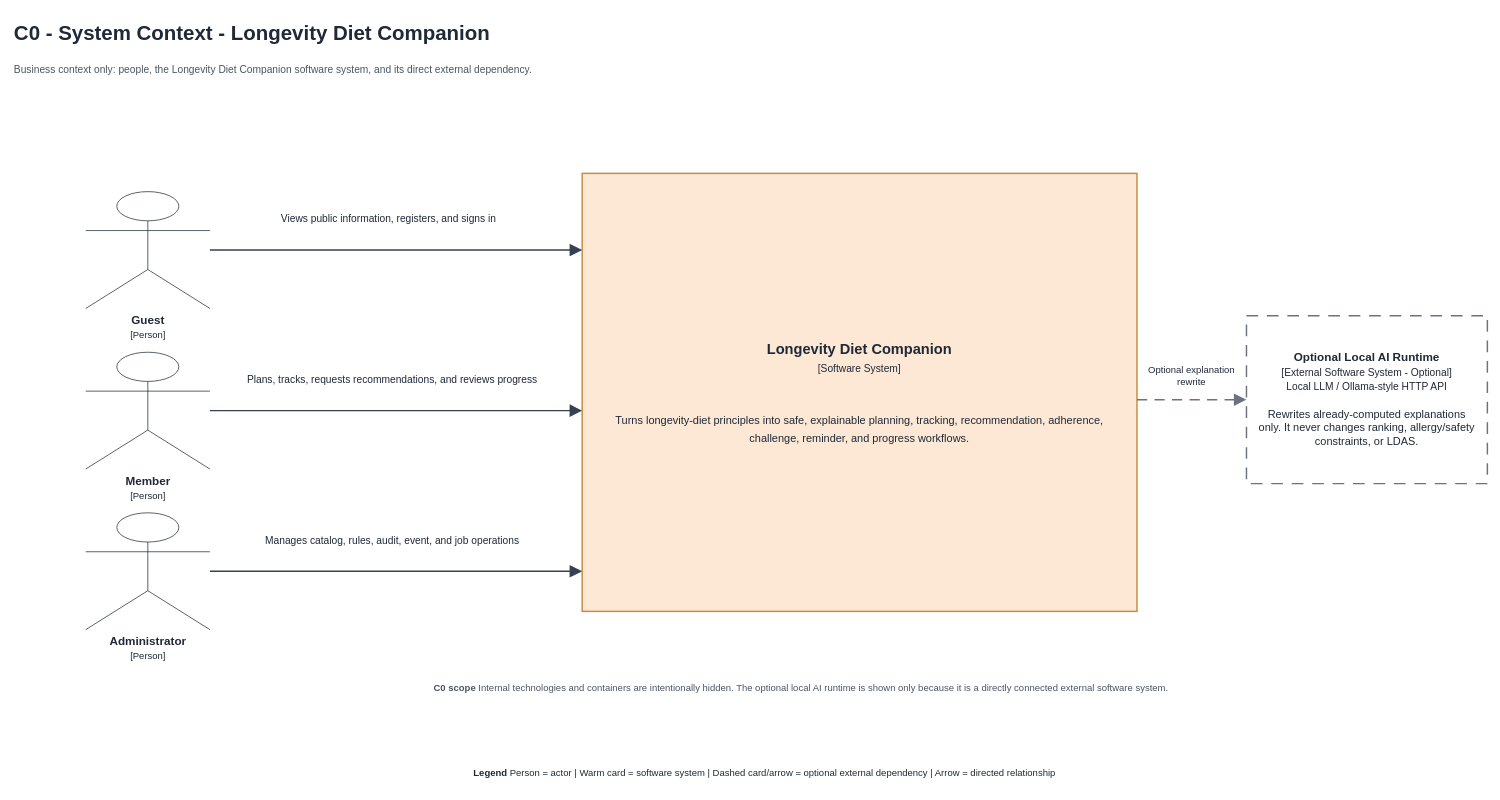
YAHsaveme/FPTUSE_LongevityDiet keeps this draw.io diagram as docs/assignment/diagrams/01-c0-system-context.drawio. Above is the earlier version. Source tidied: cells renumbered, new cells numbered last; positions are measured from the earlier drawing's top-left corner, leaving out a move shared by most shapes. Both pictures are drawn from the tidied source at 73%, with x=0, y=0 at pixel (12, 12).
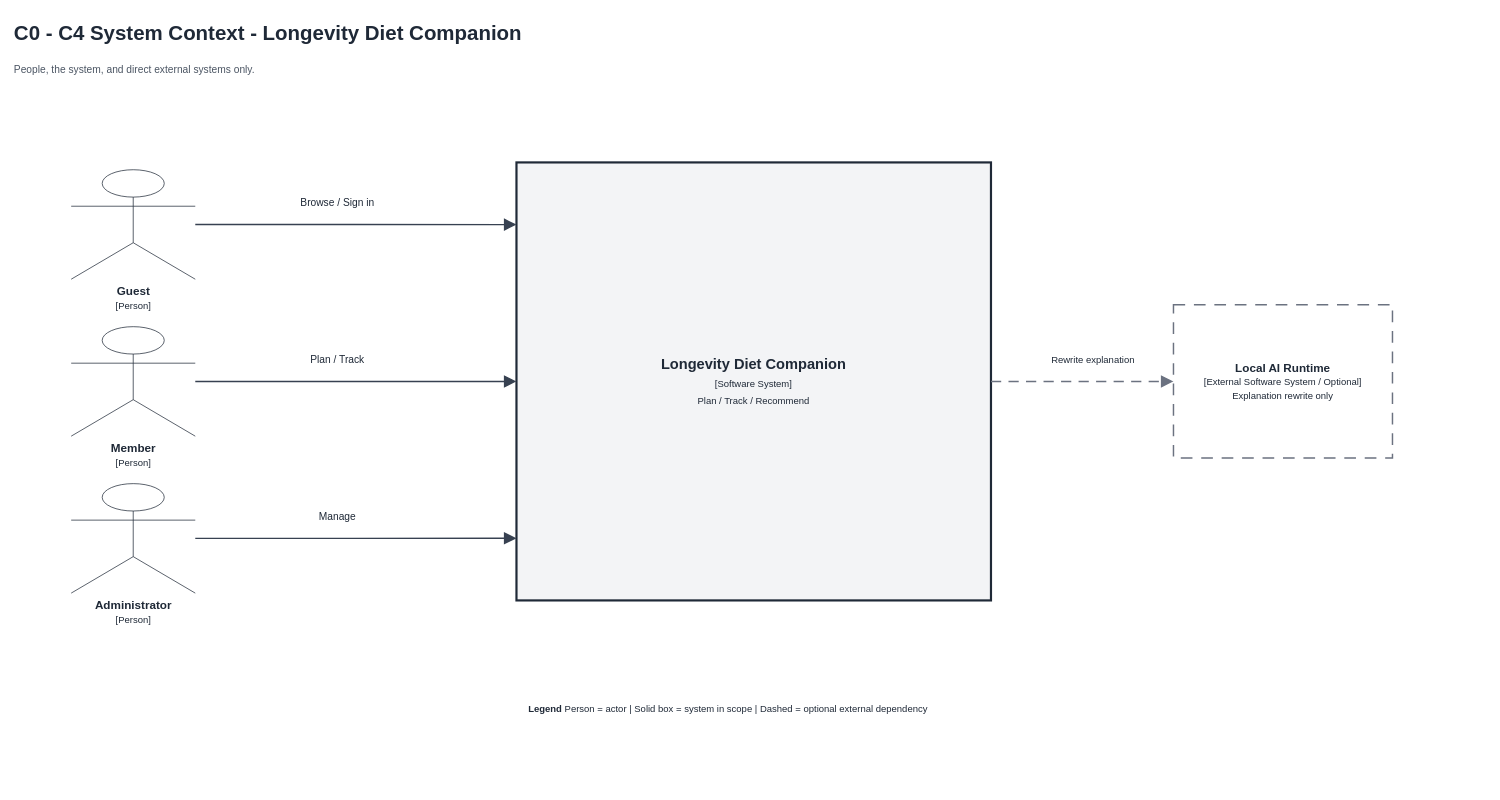
The same page after the edit.

Change to the diagram source:
```diff
@@
 <mxGraphModel>
   <root>
     <mxCell id="0" />
     <mxCell id="1" parent="0" />
-    <mxCell id="2" value="C0 - System Context - Longevity Diet Companion" style="text;html=1;strokeColor=none;fillColor=none;align=left;verticalAlign=middle;whiteSpace=wrap;rounded=0;fontFamily=Arial;fontColor=#1F2937;fontSize=28;align=left;fontColor=#1F2937;fontStyle=1;" parent="1" vertex="1">
-      <mxGeometry width="2020" height="55" as="geometry" />
+    <mxCell id="2" value="C0 - C4 System Context - Longevity Diet Companion" style="text;html=1;strokeColor=none;fillColor=none;align=left;verticalAlign=middle;whiteSpace=wrap;rounded=0;fontFamily=Arial;fontColor=#1F2937;fontSize=28;align=left;fontColor=#1F2937;fontStyle=1;" parent="1" vertex="1">
+      <mxGeometry width="1900" height="55" as="geometry" />
     </mxCell>
-    <mxCell id="3" value="Business context only: people, the Longevity Diet Companion software system, and its direct external dependency." style="text;html=1;strokeColor=none;fillColor=none;align=left;verticalAlign=middle;whiteSpace=wrap;rounded=0;fontFamily=Arial;fontColor=#1F2937;fontSize=14;align=left;fontColor=#4B5563;" parent="1" vertex="1">
-      <mxGeometry y="58" width="2020" height="40" as="geometry" />
+    <mxCell id="3" value="People, the system, and direct external systems only." style="text;html=1;strokeColor=none;fillColor=none;align=left;verticalAlign=middle;whiteSpace=wrap;rounded=0;fontFamily=Arial;fontColor=#1F2937;fontSize=14;align=left;fontColor=#4B5563;" parent="1" vertex="1">
+      <mxGeometry y="58" width="1900" height="40" as="geometry" />
     </mxCell>
     <mxCell id="4" value="&lt;b&gt;Guest&lt;/b&gt;&lt;br&gt;&lt;font style='font-size:13px'&gt;[Person]&lt;/font&gt;" style="shape=umlActor;verticalLabelPosition=bottom;verticalAlign=top;html=1;strokeColor=#1F2937;fillColor=#FFFFFF;fontFamily=Arial;fontColor=#1F2937;fontSize=16;" parent="1" vertex="1">
-      <mxGeometry x="100" y="245" width="170" height="160" as="geometry" />
+      <mxGeometry x="80" y="215" width="170" height="150" as="geometry" />
     </mxCell>
     <mxCell id="5" value="&lt;b&gt;Member&lt;/b&gt;&lt;br&gt;&lt;font style='font-size:13px'&gt;[Person]&lt;/font&gt;" style="shape=umlActor;verticalLabelPosition=bottom;verticalAlign=top;html=1;strokeColor=#1F2937;fillColor=#FFFFFF;fontFamily=Arial;fontColor=#1F2937;fontSize=16;" parent="1" vertex="1">
-      <mxGeometry x="100" y="465" width="170" height="160" as="geometry" />
+      <mxGeometry x="80" y="430" width="170" height="150" as="geometry" />
     </mxCell>
     <mxCell id="6" value="&lt;b&gt;Administrator&lt;/b&gt;&lt;br&gt;&lt;font style='font-size:13px'&gt;[Person]&lt;/font&gt;" style="shape=umlActor;verticalLabelPosition=bottom;verticalAlign=top;html=1;strokeColor=#1F2937;fillColor=#FFFFFF;fontFamily=Arial;fontColor=#1F2937;fontSize=16;" parent="1" vertex="1">
-      <mxGeometry x="100" y="685" width="170" height="160" as="geometry" />
+      <mxGeometry x="80" y="645" width="170" height="150" as="geometry" />
     </mxCell>
-    <mxCell id="7" value="&lt;b&gt;Longevity Diet Companion&lt;/b&gt;&lt;br&gt;&lt;font style='font-size:14px'&gt;[Software System]&lt;/font&gt;&lt;br&gt;&lt;font style='font-size:14px'&gt;&lt;/font&gt;&lt;br&gt;&lt;br&gt;&lt;font style='font-size:15px'&gt;Turns longevity-diet principles into safe, explainable planning, tracking, recommendation, adherence, challenge, reminder, and progress workflows.&lt;/font&gt;" style="rounded=0;whiteSpace=wrap;html=1;fillColor=#FFFFFF;strokeColor=#374151;strokeWidth=2;fontFamily=Arial;fontColor=#1F2937;align=center;verticalAlign=middle;fillColor=#FCE8D5;strokeColor=#C58B42;strokeWidth=2;fontSize=20;spacing=24;" parent="1" vertex="1">
-      <mxGeometry x="780" y="220" width="760" height="600" as="geometry" />
+    <mxCell id="7" value="&lt;b&gt;Longevity Diet Companion&lt;/b&gt;&lt;br&gt;&lt;font style='font-size:13px'&gt;[Software System]&lt;/font&gt;&lt;br&gt;&lt;font style='font-size:13px'&gt;Plan / Track / Recommend&lt;/font&gt;" style="rounded=0;whiteSpace=wrap;html=1;fillColor=#FFFFFF;strokeColor=#374151;strokeWidth=2;fontFamily=Arial;fontColor=#1F2937;align=center;verticalAlign=middle;fillColor=#F3F4F6;strokeColor=#1F2937;strokeWidth=3;fontSize=20;spacing=20;" parent="1" vertex="1">
+      <mxGeometry x="690" y="205" width="650" height="600" as="geometry" />
     </mxCell>
-    <mxCell id="8" value="&lt;b&gt;Optional Local AI Runtime&lt;/b&gt;&lt;br&gt;&lt;font style='font-size:14px'&gt;[External Software System - Optional]&lt;/font&gt;&lt;br&gt;&lt;font style='font-size:14px'&gt;Local LLM / Ollama-style HTTP API&lt;/font&gt;&lt;br&gt;&lt;br&gt;&lt;font style='font-size:15px'&gt;Rewrites already-computed explanations only. It never changes ranking, allergy/safety constraints, or LDAS.&lt;/font&gt;" style="rounded=0;whiteSpace=wrap;html=1;fillColor=#FFFFFF;strokeColor=#374151;strokeWidth=2;fontFamily=Arial;fontColor=#1F2937;align=center;verticalAlign=middle;dashed=1;dashPattern=8 6;strokeColor=#6B7280;fontSize=16;spacing=14;" parent="1" vertex="1">
-      <mxGeometry x="1690" y="415" width="330" height="230" as="geometry" />
+    <mxCell id="8" value="&lt;b&gt;Local AI Runtime&lt;/b&gt;&lt;br&gt;&lt;font style='font-size:13px'&gt;[External Software System / Optional]&lt;/font&gt;&lt;br&gt;&lt;font style='font-size:13px'&gt;Explanation rewrite only&lt;/font&gt;" style="rounded=0;whiteSpace=wrap;html=1;fillColor=#FFFFFF;strokeColor=#374151;strokeWidth=2;fontFamily=Arial;fontColor=#1F2937;align=center;verticalAlign=middle;dashed=1;dashPattern=8 6;strokeColor=#6B7280;fontSize=16;spacing=14;" parent="1" vertex="1">
+      <mxGeometry x="1590" y="400" width="300" height="210" as="geometry" />
     </mxCell>
-    <mxCell id="9" style="edgeStyle=orthogonalEdgeStyle;rounded=0;curved=0;jettySize=auto;html=1;endArrow=block;endFill=1;endSize=12;strokeColor=#374151;strokeWidth=2;exitX=1;exitY=0.5;exitDx=0;exitDy=0;entryX=0;entryY=0.175;entryDx=0;entryDy=0;" parent="1" edge="1" source="4" target="7">
+    <mxCell id="9" style="edgeStyle=orthogonalEdgeStyle;rounded=0;curved=0;jettySize=auto;html=1;endArrow=block;endFill=1;endSize=12;strokeColor=#374151;strokeWidth=2;exitX=1;exitY=0.5;exitDx=0;exitDy=0;entryX=0;entryY=0.142;entryDx=0;entryDy=0;" parent="1" edge="1" source="4" target="7">
       <mxGeometry relative="1" as="geometry" />
     </mxCell>
-    <mxCell id="10" style="edgeStyle=orthogonalEdgeStyle;rounded=0;curved=0;jettySize=auto;html=1;endArrow=block;endFill=1;endSize=12;strokeColor=#374151;strokeWidth=2;exitX=1;exitY=0.5;exitDx=0;exitDy=0;entryX=0;entryY=0.5416667;entryDx=0;entryDy=0;" parent="1" edge="1" source="5" target="7">
+    <mxCell id="10" style="edgeStyle=orthogonalEdgeStyle;rounded=0;curved=0;jettySize=auto;html=1;endArrow=block;endFill=1;endSize=12;strokeColor=#374151;strokeWidth=2;exitX=1;exitY=0.5;exitDx=0;exitDy=0;entryX=0;entryY=0.5;entryDx=0;entryDy=0;" parent="1" edge="1" source="5" target="7">
       <mxGeometry relative="1" as="geometry" />
     </mxCell>
-    <mxCell id="11" style="edgeStyle=orthogonalEdgeStyle;rounded=0;curved=0;jettySize=auto;html=1;endArrow=block;endFill=1;endSize=12;strokeColor=#374151;strokeWidth=2;exitX=1;exitY=0.5;exitDx=0;exitDy=0;entryX=0;entryY=0.9083333;entryDx=0;entryDy=0;" parent="1" edge="1" source="6" target="7">
+    <mxCell id="11" style="edgeStyle=orthogonalEdgeStyle;rounded=0;curved=0;jettySize=auto;html=1;endArrow=block;endFill=1;endSize=12;strokeColor=#374151;strokeWidth=2;exitX=1;exitY=0.5;exitDx=0;exitDy=0;entryX=0;entryY=0.858;entryDx=0;entryDy=0;" parent="1" edge="1" source="6" target="7">
       <mxGeometry relative="1" as="geometry" />
     </mxCell>
-    <mxCell id="12" style="edgeStyle=orthogonalEdgeStyle;rounded=0;curved=0;jettySize=auto;html=1;endArrow=block;endFill=1;endSize=12;strokeColor=#374151;strokeWidth=2;dashed=1;dashPattern=7 5;strokeColor=#6B7280;exitX=1;exitY=0.5166667;exitDx=0;exitDy=0;entryX=0;entryY=0.5;entryDx=0;entryDy=0;" parent="1" edge="1" source="7" target="8">
+    <mxCell id="12" style="edgeStyle=orthogonalEdgeStyle;rounded=0;curved=0;jettySize=auto;html=1;endArrow=block;endFill=1;endSize=12;strokeColor=#374151;strokeWidth=2;dashed=1;dashPattern=7 5;strokeColor=#6B7280;exitX=1;exitY=0.5;exitDx=0;exitDy=0;entryX=0;entryY=0.5;entryDx=0;entryDy=0;" parent="1" edge="1" source="7" target="8">
       <mxGeometry relative="1" as="geometry" />
     </mxCell>
-    <mxCell id="13" value="Views public information, registers, and signs in" style="text;html=1;strokeColor=none;fillColor=none;align=left;verticalAlign=middle;whiteSpace=wrap;rounded=0;fontFamily=Arial;fontColor=#1F2937;fontSize=14;align=center;fontColor=#1F2937;" parent="1" vertex="1">
-      <mxGeometry x="320" y="265" width="390" height="34" as="geometry" />
+    <mxCell id="13" value="Browse / Sign in" style="text;html=1;strokeColor=none;fillColor=none;align=left;verticalAlign=middle;whiteSpace=wrap;rounded=0;fontFamily=Arial;fontColor=#1F2937;fontSize=14;align=center;fontColor=#1F2937;" parent="1" vertex="1">
+      <mxGeometry x="320" y="245" width="250" height="30" as="geometry" />
     </mxCell>
-    <mxCell id="14" value="Plans, tracks, requests recommendations, and reviews progress" style="text;html=1;strokeColor=none;fillColor=none;align=left;verticalAlign=middle;whiteSpace=wrap;rounded=0;fontFamily=Arial;fontColor=#1F2937;fontSize=14;align=center;fontColor=#1F2937;" parent="1" vertex="1">
-      <mxGeometry x="315" y="485" width="410" height="36" as="geometry" />
+    <mxCell id="14" value="Plan / Track" style="text;html=1;strokeColor=none;fillColor=none;align=left;verticalAlign=middle;whiteSpace=wrap;rounded=0;fontFamily=Arial;fontColor=#1F2937;fontSize=14;align=center;fontColor=#1F2937;" parent="1" vertex="1">
+      <mxGeometry x="320" y="460" width="250" height="30" as="geometry" />
     </mxCell>
-    <mxCell id="15" value="Manages catalog, rules, audit, event, and job operations" style="text;html=1;strokeColor=none;fillColor=none;align=left;verticalAlign=middle;whiteSpace=wrap;rounded=0;fontFamily=Arial;fontColor=#1F2937;fontSize=14;align=center;fontColor=#1F2937;" parent="1" vertex="1">
-      <mxGeometry x="320" y="705" width="400" height="36" as="geometry" />
+    <mxCell id="15" value="Manage" style="text;html=1;strokeColor=none;fillColor=none;align=left;verticalAlign=middle;whiteSpace=wrap;rounded=0;fontFamily=Arial;fontColor=#1F2937;fontSize=14;align=center;fontColor=#1F2937;" parent="1" vertex="1">
+      <mxGeometry x="320" y="675" width="250" height="30" as="geometry" />
     </mxCell>
-    <mxCell id="16" value="Optional explanation rewrite" style="text;html=1;strokeColor=none;fillColor=none;align=left;verticalAlign=middle;whiteSpace=wrap;rounded=0;fontFamily=Arial;fontColor=#1F2937;fontSize=13;align=center;fontColor=#1F2937;" parent="1" vertex="1">
-      <mxGeometry x="1545" y="480" width="140" height="34" as="geometry" />
+    <mxCell id="16" value="Rewrite explanation" style="text;html=1;strokeColor=none;fillColor=none;align=left;verticalAlign=middle;whiteSpace=wrap;rounded=0;fontFamily=Arial;fontColor=#1F2937;fontSize=13;align=center;fontColor=#1F2937;" parent="1" vertex="1">
+      <mxGeometry x="1380" y="460" width="200" height="30" as="geometry" />
     </mxCell>
-    <mxCell id="17" value="&lt;b&gt;C0 scope&lt;/b&gt;  Internal technologies and containers are intentionally hidden. The optional local AI runtime is shown only because it is a directly connected external software system." style="text;html=1;strokeColor=none;fillColor=none;align=left;verticalAlign=middle;whiteSpace=wrap;rounded=0;fontFamily=Arial;fontColor=#1F2937;fontSize=13;align=center;fontColor=#4B5563;" parent="1" vertex="1">
-      <mxGeometry x="530" y="900" width="1100" height="48" as="geometry" />
+    <mxCell id="17" value="&lt;b&gt;Legend&lt;/b&gt;  Person = actor  |  Solid box = system in scope  |  Dashed = optional external dependency" style="text;html=1;strokeColor=none;fillColor=none;align=left;verticalAlign=middle;whiteSpace=wrap;rounded=0;fontFamily=Arial;fontColor=#1F2937;fontSize=13;align=center;fontColor=#1F2937;" parent="1" vertex="1">
+      <mxGeometry x="350" y="935" width="1260" height="36" as="geometry" />
     </mxCell>
-    <mxCell id="18" value="&lt;b&gt;Legend&lt;/b&gt;  Person = actor  |  Warm card = software system  |  Dashed card/arrow = optional external dependency  |  Arrow = directed relationship" style="text;html=1;strokeColor=none;fillColor=none;align=left;verticalAlign=middle;whiteSpace=wrap;rounded=0;fontFamily=Arial;fontColor=#1F2937;fontSize=13;align=center;fontColor=#1F2937;" parent="1" vertex="1">
-      <mxGeometry x="260" y="1020" width="1540" height="42" as="geometry" />
-    </mxCell>
   </root>
 </mxGraphModel>
```
